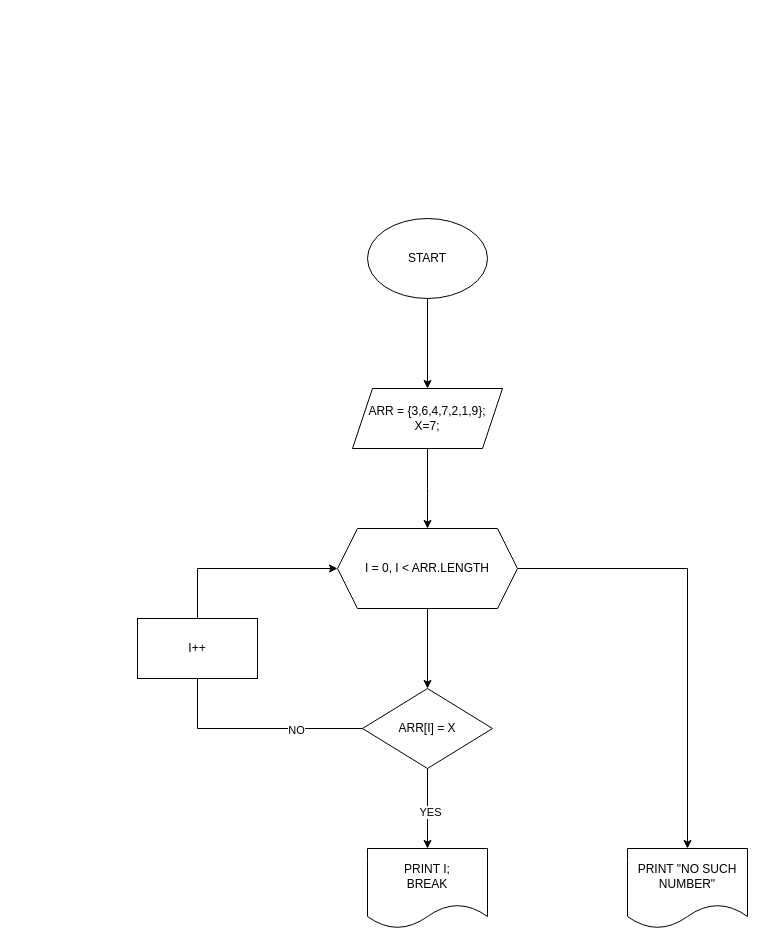
Earlier version of the draw.io diagram page "Page-1" (1 of 2) of FirstHomework.drawio (Logosorfe/Algorithms). Source tidied: cells renumbered, new cells numbered last; positions are measured from the earlier drawing's top-left corner, leaving out a move shared by most shapes. Both pictures are drawn from the tidied source at 100%, with x=0, y=0 at pixel (137, 218).
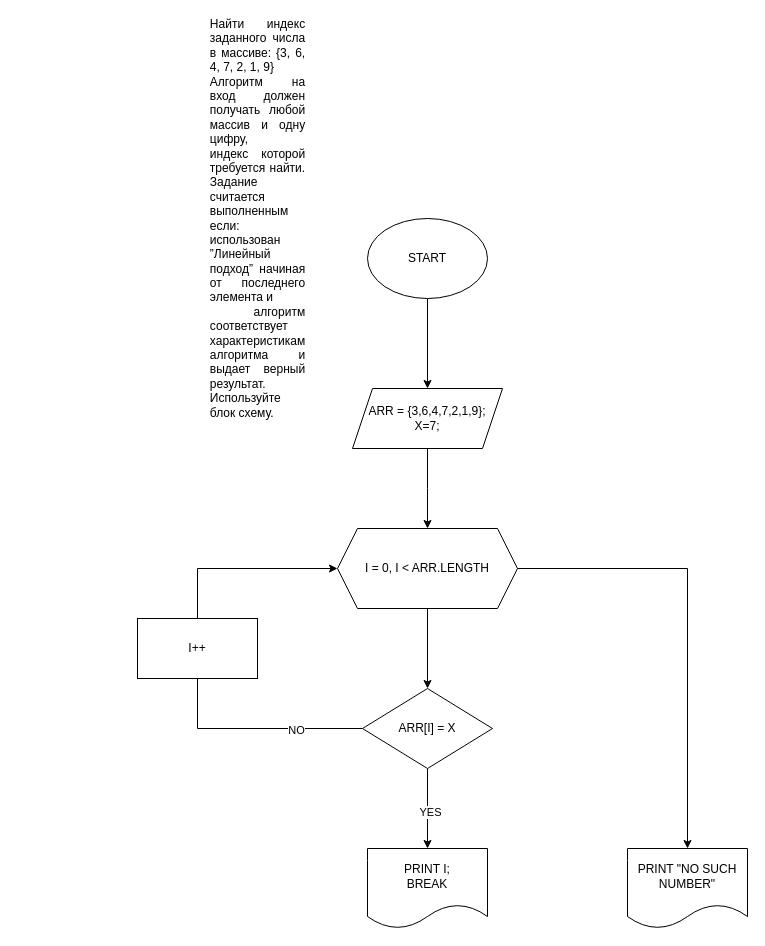
The same diagram, later.

Diff of the diagram source:
```diff
@@
+    <mxCell id="17" value="&lt;div style=&quot;text-align: justify;&quot;&gt;&lt;span style=&quot;background-color: rgb(255, 255, 255); font-family: NaMU, Arial, sans-serif; text-wrap: wrap;&quot;&gt;Найти индекс заданного числа в массиве: {3, 6, 4, 7, 2, 1, 9}&amp;nbsp;&lt;/span&gt;&lt;/div&gt;&lt;div style=&quot;text-align: justify;&quot;&gt;&lt;span style=&quot;background-color: rgb(255, 255, 255); font-family: NaMU, Arial, sans-serif; text-wrap: wrap;&quot;&gt;Алгоритм на вход должен получать любой массив и одну цифру,&amp;nbsp;&lt;/span&gt;&lt;/div&gt;&lt;div style=&quot;text-align: justify;&quot;&gt;&lt;span style=&quot;background-color: rgb(255, 255, 255); font-family: NaMU, Arial, sans-serif; text-wrap: wrap;&quot;&gt;индекс которой требуется найти. Задание считается выполненным если:&amp;nbsp;&lt;/span&gt;&lt;/div&gt;&lt;div style=&quot;text-align: justify;&quot;&gt;&lt;span style=&quot;background-color: rgb(255, 255, 255); font-family: NaMU, Arial, sans-serif; text-wrap: wrap;&quot;&gt;использован ”Линейный подход” начиная от последнего элемента и&lt;/span&gt;&lt;/div&gt;&lt;div style=&quot;text-align: justify;&quot;&gt;&lt;span style=&quot;background-color: rgb(255, 255, 255); font-family: NaMU, Arial, sans-serif; text-wrap: wrap;&quot;&gt;&amp;nbsp;алгоритм соответствует характеристикам алгоритма и выдает верный результат.&amp;nbsp;&lt;/span&gt;&lt;/div&gt;&lt;div style=&quot;text-align: justify;&quot;&gt;&lt;span style=&quot;background-color: rgb(255, 255, 255); font-family: NaMU, Arial, sans-serif; text-wrap: wrap;&quot;&gt;Используйте блок схему.&amp;nbsp;&lt;/span&gt;&lt;/div&gt;" style="text;html=1;align=center;verticalAlign=middle;strokeColor=none;fillColor=none;rotation=0;" parent="1" vertex="1">
+      <mxGeometry x="-120" y="-50" width="480" height="100" as="geometry" />
+    </mxCell>
```
